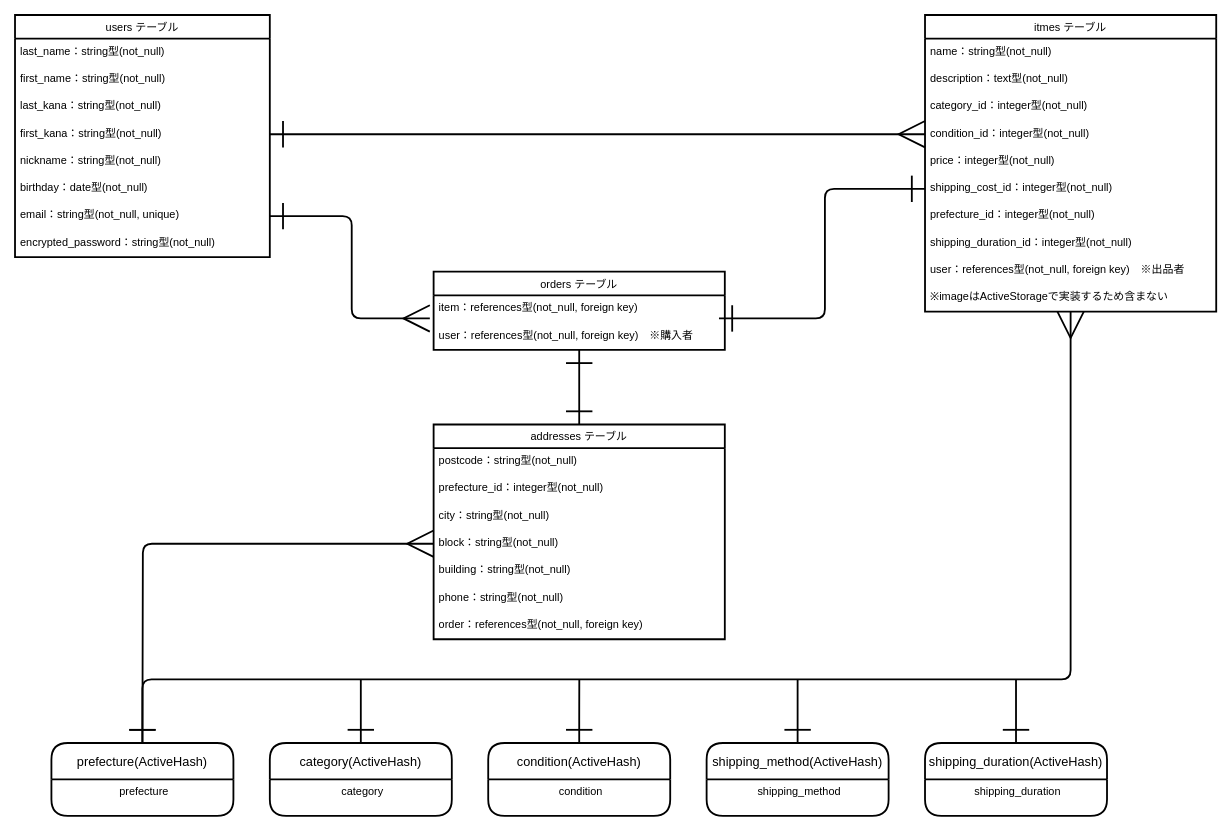
Above: furimaER.dio in sssan-tech/furima-41472 (draw.io), before the change. Source tidied: cells renumbered, new cells numbered last; positions are measured from the earlier drawing's top-left corner, leaving out a move shared by most shapes. Both pictures are drawn from the tidied source at 91%, with x=0, y=0 at pixel (15, 15).
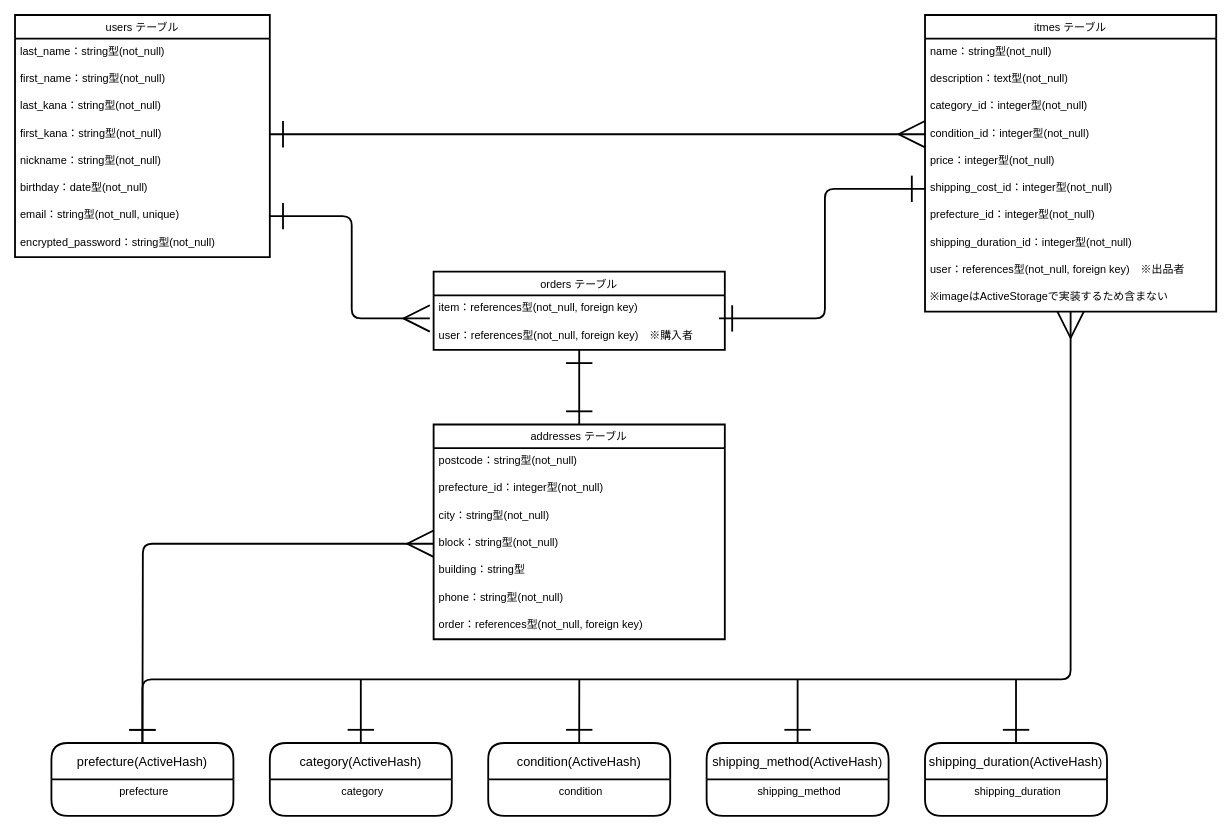
Above is the later version.

Commit message (it also covers changes not shown here):
Buildingカラムから制約削除

The change refers to these unchanged cells:
```xml
<mxCell id="27" value="addresses テーブル" style="swimlane;fontStyle=0;horizontal=1;startSize=26;align=center;fontSize=12;labelBackgroundColor=none;labelBorderColor=none;strokeWidth=2;swimlaneFillColor=default;" parent="1" vertex="1">
  <mxGeometry x="460" y="450" width="320" height="236" as="geometry" />
</mxCell>
```

Diff of the diagram source:
```diff
@@
-    <mxCell id="32" value="building：string型(not_null)&#10;" style="text;spacingLeft=4;spacingRight=4;overflow=hidden;fontSize=12;labelBackgroundColor=none;labelBorderColor=none;strokeWidth=2;" parent="27" vertex="1">
+    <mxCell id="32" value="building：string型" style="text;spacingLeft=4;spacingRight=4;overflow=hidden;fontSize=12;labelBackgroundColor=none;labelBorderColor=none;strokeWidth=2;" parent="27" vertex="1">
       <mxGeometry y="146" width="320" height="30" as="geometry" />
     </mxCell>
```
